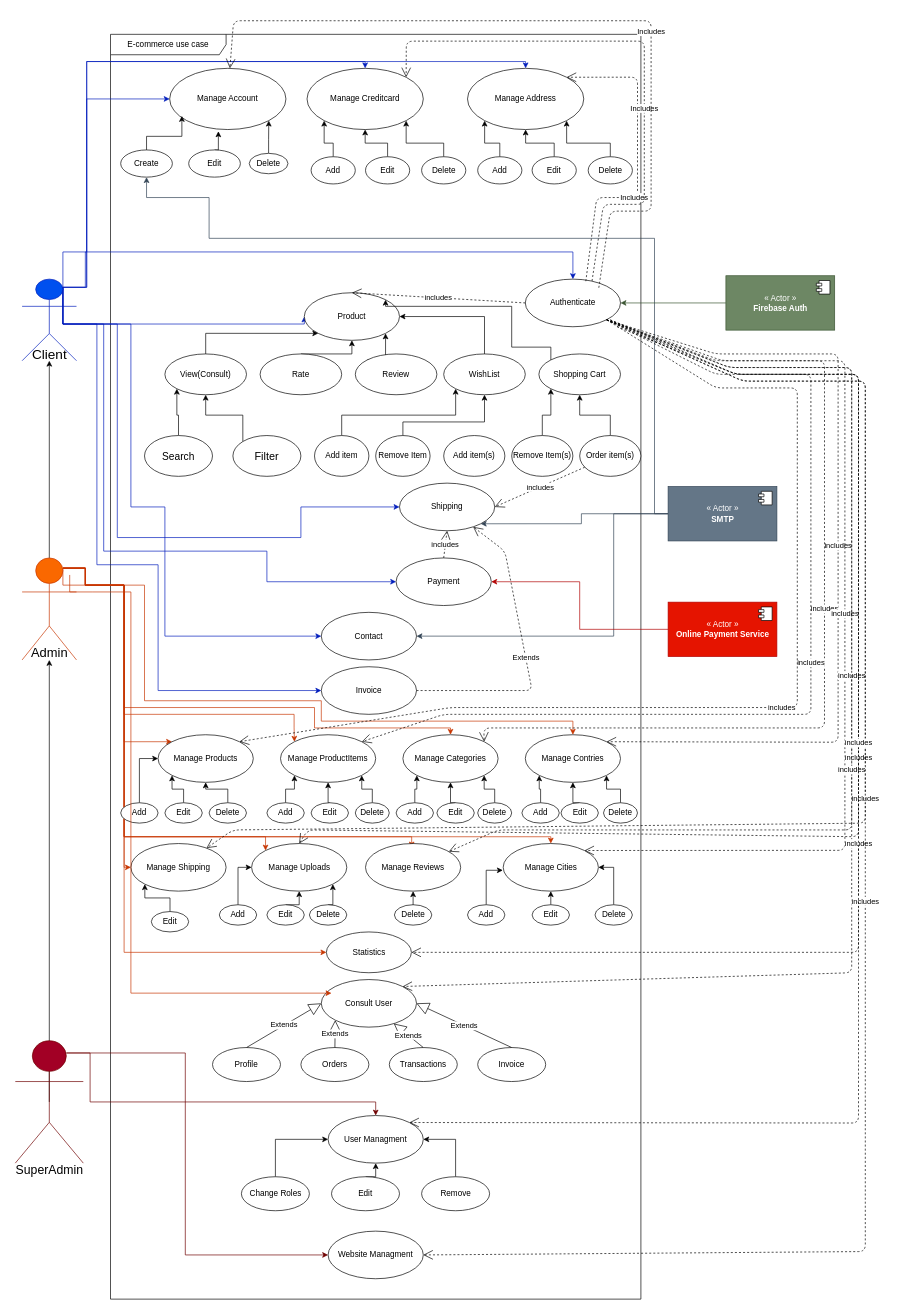
This is page "Use case" (2 of 4) of Class Diagram.drawio from Psycomentis06/AZIT-e-commerce-API-doc, a draw.io file, before an edit. Source tidied: cells renumbered, new cells numbered last; positions are measured from the earlier drawing's top-left corner, leaving out a move shared by most shapes. Both pictures are drawn from the tidied source at 68%, with x=0, y=0 at pixel (12, 20).
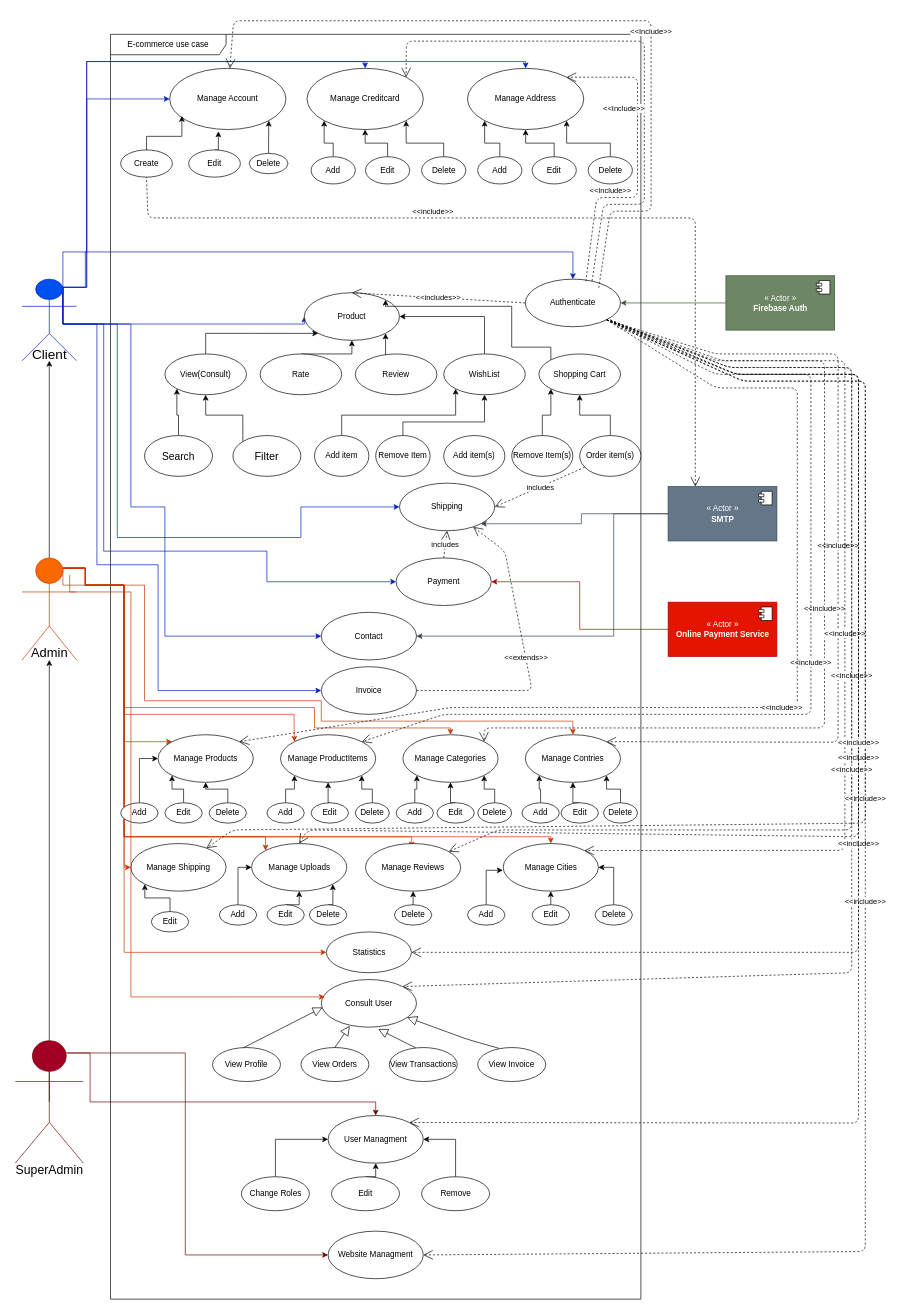
The same page after the edit.

The change refers to these unchanged cells:
```xml
<mxCell id="24" value="Product" style="ellipse;whiteSpace=wrap;html=1;" parent="1" vertex="1">
  <mxGeometry x="430" y="400" width="140" height="70" as="geometry" />
</mxCell>
<mxCell id="25" value="Authenticate" style="ellipse;whiteSpace=wrap;html=1;" parent="1" vertex="1">
  <mxGeometry x="755" y="380" width="140" height="70" as="geometry" />
</mxCell>
<mxCell id="50" value="Shipping" style="ellipse;whiteSpace=wrap;html=1;" parent="1" vertex="1">
  <mxGeometry x="570" y="680" width="140" height="70" as="geometry" />
</mxCell>
<mxCell id="60" value="« Actor »&lt;br&gt;&lt;b&gt;SMTP&lt;/b&gt;" style="html=1;fillColor=#647687;strokeColor=#314354;fontColor=#ffffff;" parent="1" vertex="1">
  <mxGeometry x="965" y="685" width="160" height="80" as="geometry" />
</mxCell>
<mxCell id="70" value="Invoice" style="ellipse;whiteSpace=wrap;html=1;" parent="1" vertex="1">
  <mxGeometry x="455" y="950" width="140" height="70" as="geometry" />
</mxCell>
<mxCell id="72" value="Manage ProductItems" style="ellipse;whiteSpace=wrap;html=1;" parent="1" vertex="1">
  <mxGeometry x="395" y="1050" width="140" height="70" as="geometry" />
</mxCell>
<mxCell id="73" value="Manage Products" style="ellipse;whiteSpace=wrap;html=1;" parent="1" vertex="1">
  <mxGeometry x="215" y="1050" width="140" height="70" as="geometry" />
</mxCell>
<mxCell id="74" value="Manage Categories" style="ellipse;whiteSpace=wrap;html=1;" parent="1" vertex="1">
  <mxGeometry x="575" y="1050" width="140" height="70" as="geometry" />
</mxCell>
<mxCell id="75" value="Manage Contries" style="ellipse;whiteSpace=wrap;html=1;" parent="1" vertex="1">
  <mxGeometry x="755" y="1050" width="140" height="70" as="geometry" />
</mxCell>
<mxCell id="76" value="Manage Cities" style="ellipse;whiteSpace=wrap;html=1;" parent="1" vertex="1">
  <mxGeometry x="722.5" y="1210" width="140" height="70" as="geometry" />
</mxCell>
<mxCell id="77" value="Manage Reviews" style="ellipse;whiteSpace=wrap;html=1;" parent="1" vertex="1">
  <mxGeometry x="520" y="1210" width="140" height="70" as="geometry" />
</mxCell>
<mxCell id="78" value="Manage Uploads" style="ellipse;whiteSpace=wrap;html=1;" parent="1" vertex="1">
  <mxGeometry x="352.5" y="1210" width="140" height="70" as="geometry" />
</mxCell>
<mxCell id="79" value="Manage Shipping" style="ellipse;whiteSpace=wrap;html=1;" parent="1" vertex="1">
  <mxGeometry x="175" y="1210" width="140" height="70" as="geometry" />
</mxCell>
<mxCell id="120" value="Consult User" style="ellipse;whiteSpace=wrap;html=1;" parent="1" vertex="1">
  <mxGeometry x="455" y="1410" width="140" height="70" as="geometry" />
</mxCell>
<mxCell id="141" value="User Managment" style="ellipse;whiteSpace=wrap;html=1;" parent="1" vertex="1">
  <mxGeometry x="465" y="1610" width="140" height="70" as="geometry" />
</mxCell>
<mxCell id="142" value="Website Managment" style="ellipse;whiteSpace=wrap;html=1;" parent="1" vertex="1">
  <mxGeometry x="465" y="1780" width="140" height="70" as="geometry" />
</mxCell>
<mxCell id="151" value="Manage Account" style="ellipse;whiteSpace=wrap;html=1;" parent="1" vertex="1">
  <mxGeometry x="232" y="70" width="171" height="90" as="geometry" />
</mxCell>
<mxCell id="152" value="Manage Creditcard" style="ellipse;whiteSpace=wrap;html=1;" parent="1" vertex="1">
  <mxGeometry x="434" y="70" width="171" height="90" as="geometry" />
</mxCell>
<mxCell id="153" value="Manage Address" style="ellipse;whiteSpace=wrap;html=1;" parent="1" vertex="1">
  <mxGeometry x="670" y="70" width="171" height="90" as="geometry" />
</mxCell>
<mxCell id="155" value="Create" style="ellipse;whiteSpace=wrap;html=1;" parent="1" vertex="1">
  <mxGeometry x="160" y="190" width="76" height="40" as="geometry" />
</mxCell>
<mxCell id="173" value="Statistics" style="ellipse;whiteSpace=wrap;html=1;" parent="1" vertex="1">
  <mxGeometry x="462.5" y="1340" width="125" height="60" as="geometry" />
</mxCell>
```

The edit, as a diff of the source:
```diff
@@
-    <mxCell id="51" value="includes" style="endArrow=open;endSize=12;dashed=1;html=1;exitX=0;exitY=0.5;exitDx=0;exitDy=0;entryX=0.5;entryY=0;entryDx=0;entryDy=0;" parent="1" edge="1" source="25" target="24">
+    <mxCell id="51" value="&amp;lt;&amp;lt;includes&amp;gt;&amp;gt;" style="endArrow=open;endSize=12;dashed=1;html=1;exitX=0;exitY=0.5;exitDx=0;exitDy=0;entryX=0.5;entryY=0;entryDx=0;entryDy=0;" parent="1" edge="1" source="25" target="24">
       <mxGeometry relative="1" as="geometry" />
     </mxCell>
@@
-    <mxCell id="59" style="edgeStyle=orthogonalEdgeStyle;rounded=0;jettySize=auto;html=1;exitX=0;exitY=0.5;exitDx=0;exitDy=0;entryX=0.5;entryY=1;entryDx=0;entryDy=0;fillColor=#647687;strokeColor=#314354;" parent="1" edge="1" source="60" target="155">
-      <mxGeometry relative="1" as="geometry">
-        <Array as="points">
-          <mxPoint x="945" y="725" />
-          <mxPoint x="945" y="320" />
-          <mxPoint x="290" y="320" />
-          <mxPoint x="290" y="260" />
-          <mxPoint x="198" y="260" />
-        </Array>
-      </mxGeometry>
-    </mxCell>
@@
-    <mxCell id="71" value="Extends" style="endArrow=open;endSize=12;dashed=1;html=1;exitX=1;exitY=0.5;exitDx=0;exitDy=0;" parent="1" edge="1" source="70" target="50">
+    <mxCell id="71" value="&amp;lt;&amp;lt;extends&amp;gt;&amp;gt;" style="endArrow=open;endSize=12;dashed=1;html=1;exitX=1;exitY=0.5;exitDx=0;exitDy=0;" parent="1" edge="1" source="70" target="50">
       <mxGeometry relative="1" as="geometry">
         <Array as="points">
           <mxPoint x="765" y="985" />
           <mxPoint x="725" y="780" />
         </Array>
       </mxGeometry>
     </mxCell>
@@
-    <mxCell id="121" value="Profile" style="ellipse;whiteSpace=wrap;html=1;" parent="1" vertex="1">
+    <mxCell id="121" value="View Profile" style="ellipse;whiteSpace=wrap;html=1;" parent="1" vertex="1">
       <mxGeometry x="295" y="1510" width="100" height="50" as="geometry" />
     </mxCell>
-    <mxCell id="122" value="Orders" style="ellipse;whiteSpace=wrap;html=1;" parent="1" vertex="1">
+    <mxCell id="122" value="View Orders" style="ellipse;whiteSpace=wrap;html=1;" parent="1" vertex="1">
       <mxGeometry x="425" y="1510" width="100" height="50" as="geometry" />
     </mxCell>
-    <mxCell id="123" value="Transactions" style="ellipse;whiteSpace=wrap;html=1;" parent="1" vertex="1">
+    <mxCell id="123" value="View Transactions" style="ellipse;whiteSpace=wrap;html=1;" parent="1" vertex="1">
       <mxGeometry x="555" y="1510" width="100" height="50" as="geometry" />
     </mxCell>
-    <mxCell id="124" value="Invoice" style="ellipse;whiteSpace=wrap;html=1;" parent="1" vertex="1">
+    <mxCell id="124" value="View Invoice" style="ellipse;whiteSpace=wrap;html=1;" parent="1" vertex="1">
       <mxGeometry x="685" y="1510" width="100" height="50" as="geometry" />
     </mxCell>
-    <mxCell id="125" value="Extends" style="endArrow=block;endSize=16;endFill=0;html=1;exitX=0.5;exitY=0;exitDx=0;exitDy=0;entryX=0;entryY=0.5;entryDx=0;entryDy=0;" parent="1" edge="1" source="121" target="120">
-      <mxGeometry relative="1" as="geometry" />
-    </mxCell>
-    <mxCell id="126" value="Extends" style="endArrow=block;endSize=16;endFill=0;html=1;exitX=0.5;exitY=0;exitDx=0;exitDy=0;entryX=0;entryY=1;entryDx=0;entryDy=0;" parent="1" edge="1" source="122" target="120">
-      <mxGeometry relative="1" as="geometry" />
-    </mxCell>
-    <mxCell id="127" value="Extends" style="endArrow=block;endSize=16;endFill=0;html=1;exitX=0.5;exitY=0;exitDx=0;exitDy=0;" parent="1" edge="1" source="123" target="120">
-      <mxGeometry relative="1" as="geometry" />
-    </mxCell>
-    <mxCell id="128" value="Extends" style="endArrow=block;endSize=16;endFill=0;html=1;exitX=0.5;exitY=0;exitDx=0;exitDy=0;entryX=1;entryY=0.5;entryDx=0;entryDy=0;" parent="1" edge="1" source="124" target="120">
-      <mxGeometry relative="1" as="geometry" />
-    </mxCell>
-    <mxCell id="129" value="includes" style="endArrow=open;endSize=12;dashed=1;html=1;exitX=1;exitY=1;exitDx=0;exitDy=0;entryX=1;entryY=0;entryDx=0;entryDy=0;" parent="1" edge="1" source="25" target="75">
+    <mxCell id="129" value="&amp;lt;&amp;lt;include&amp;gt;&amp;gt;" style="endArrow=open;endSize=12;dashed=1;html=1;exitX=1;exitY=1;exitDx=0;exitDy=0;entryX=1;entryY=0;entryDx=0;entryDy=0;" parent="1" edge="1" source="25" target="75">
       <mxGeometry relative="1" as="geometry">
         <Array as="points">
           <mxPoint x="1035" y="490" />
           <mxPoint x="1215" y="490" />
           <mxPoint x="1215" y="1061" />
         </Array>
       </mxGeometry>
     </mxCell>
-    <mxCell id="130" value="includes" style="endArrow=open;endSize=12;dashed=1;html=1;exitX=1;exitY=1;exitDx=0;exitDy=0;entryX=1;entryY=0;entryDx=0;entryDy=0;" parent="1" edge="1" source="25" target="74">
+    <mxCell id="130" value="&amp;lt;&amp;lt;include&amp;gt;&amp;gt;" style="endArrow=open;endSize=12;dashed=1;html=1;exitX=1;exitY=1;exitDx=0;exitDy=0;entryX=1;entryY=0;entryDx=0;entryDy=0;" parent="1" edge="1" source="25" target="74">
       <mxGeometry relative="1" as="geometry">
         <Array as="points">
           <mxPoint x="1035" y="500" />
           <mxPoint x="1195" y="500" />
           <mxPoint x="1195" y="700" />
           <mxPoint x="1195" y="1040" />
           <mxPoint x="694" y="1040" />
         </Array>
       </mxGeometry>
     </mxCell>
-    <mxCell id="131" value="includes" style="endArrow=open;endSize=12;dashed=1;html=1;exitX=1;exitY=1;exitDx=0;exitDy=0;entryX=1;entryY=0;entryDx=0;entryDy=0;" parent="1" edge="1" source="25" target="72">
+    <mxCell id="131" value="&amp;lt;&amp;lt;include&amp;gt;&amp;gt;" style="endArrow=open;endSize=12;dashed=1;html=1;exitX=1;exitY=1;exitDx=0;exitDy=0;entryX=1;entryY=0;entryDx=0;entryDy=0;" parent="1" edge="1" source="25" target="72">
       <mxGeometry relative="1" as="geometry">
         <Array as="points">
           <mxPoint x="1035" y="520" />
           <mxPoint x="1175" y="520" />
           <mxPoint x="1175" y="1020" />
           <mxPoint x="635" y="1020" />
         </Array>
       </mxGeometry>
     </mxCell>
-    <mxCell id="132" value="includes" style="endArrow=open;endSize=12;dashed=1;html=1;exitX=1;exitY=1;exitDx=0;exitDy=0;entryX=1;entryY=0;entryDx=0;entryDy=0;" parent="1" edge="1" source="25" target="73">
+    <mxCell id="132" value="&amp;lt;&amp;lt;include&amp;gt;&amp;gt;" style="endArrow=open;endSize=12;dashed=1;html=1;exitX=1;exitY=1;exitDx=0;exitDy=0;entryX=1;entryY=0;entryDx=0;entryDy=0;" parent="1" edge="1" source="25" target="73">
       <mxGeometry relative="1" as="geometry">
         <Array as="points">
           <mxPoint x="1035" y="540" />
           <mxPoint x="1155" y="540" />
           <mxPoint x="1155" y="1010" />
           <mxPoint x="645" y="1010" />
         </Array>
       </mxGeometry>
     </mxCell>
-    <mxCell id="133" value="includes" style="endArrow=open;endSize=12;dashed=1;html=1;exitX=1;exitY=0;exitDx=0;exitDy=0;entryX=1;entryY=0;entryDx=0;entryDy=0;" parent="1" edge="1" target="76">
-      <mxGeometry relative="1" as="geometry">
+    <mxCell id="133" value="&amp;lt;&amp;lt;include&amp;gt;&amp;gt;" style="endArrow=open;endSize=12;dashed=1;html=1;exitX=1;exitY=0;exitDx=0;exitDy=0;entryX=1;entryY=0;entryDx=0;entryDy=0;" parent="1" edge="1" target="76">
+      <mxGeometry x="0.04" relative="1" as="geometry">
         <mxPoint x="875" y="440" as="sourcePoint" />
         <Array as="points">
           <mxPoint x="1045" y="500" />
           <mxPoint x="1225" y="500" />
           <mxPoint x="1225" y="1220" />
         </Array>
       </mxGeometry>
     </mxCell>
-    <mxCell id="134" value="includes" style="endArrow=open;endSize=12;dashed=1;html=1;" parent="1" edge="1" target="77">
+    <mxCell id="134" value="&amp;lt;&amp;lt;include&amp;gt;&amp;gt;" style="endArrow=open;endSize=12;dashed=1;html=1;" parent="1" edge="1" target="77">
       <mxGeometry relative="1" as="geometry">
         <mxPoint x="875" y="440" as="sourcePoint" />
         <Array as="points">
           <mxPoint x="1055" y="510" />
           <mxPoint x="1235" y="510" />
           <mxPoint x="1235" y="1190" />
           <mxPoint x="715" y="1190" />
         </Array>
       </mxGeometry>
     </mxCell>
-    <mxCell id="135" value="includes" style="endArrow=open;endSize=12;dashed=1;html=1;exitX=0.5;exitY=0;exitDx=0;exitDy=0;entryX=0.5;entryY=0;entryDx=0;entryDy=0;" parent="1" edge="1" target="78">
+    <mxCell id="135" value="&amp;lt;&amp;lt;include&amp;gt;&amp;gt;" style="endArrow=open;endSize=12;dashed=1;html=1;exitX=0.5;exitY=0;exitDx=0;exitDy=0;entryX=0.5;entryY=0;entryDx=0;entryDy=0;" parent="1" edge="1" target="78">
       <mxGeometry relative="1" as="geometry">
         <mxPoint x="875" y="440" as="sourcePoint" />
         <Array as="points">
           <mxPoint x="1065" y="520" />
           <mxPoint x="1245" y="520" />
           <mxPoint x="1245" y="1200" />
           <mxPoint x="435" y="1190" />
         </Array>
       </mxGeometry>
     </mxCell>
-    <mxCell id="136" value="includes" style="endArrow=open;endSize=12;dashed=1;html=1;" parent="1" edge="1" target="79">
+    <mxCell id="136" value="&amp;lt;&amp;lt;include&amp;gt;&amp;gt;" style="endArrow=open;endSize=12;dashed=1;html=1;" parent="1" edge="1" target="79">
       <mxGeometry relative="1" as="geometry">
         <mxPoint x="875" y="440" as="sourcePoint" />
         <Array as="points">
           <mxPoint x="1075" y="530" />
           <mxPoint x="1255" y="530" />
           <mxPoint x="1255" y="1180" />
           <mxPoint x="325" y="1190" />
         </Array>
       </mxGeometry>
     </mxCell>
-    <mxCell id="137" value="includes" style="endArrow=open;endSize=12;dashed=1;html=1;entryX=1;entryY=0;entryDx=0;entryDy=0;" parent="1" edge="1" target="120">
+    <mxCell id="137" value="&amp;lt;&amp;lt;include&amp;gt;&amp;gt;" style="endArrow=open;endSize=12;dashed=1;html=1;entryX=1;entryY=0;entryDx=0;entryDy=0;" parent="1" edge="1" target="120">
       <mxGeometry relative="1" as="geometry">
         <mxPoint x="880" y="440" as="sourcePoint" />
         <Array as="points">
           <mxPoint x="1055" y="510" />
           <mxPoint x="1235" y="510" />
           <mxPoint x="1235" y="1400" />
         </Array>
       </mxGeometry>
     </mxCell>
@@
-    <mxCell id="149" value="includes" style="endArrow=open;endSize=12;dashed=1;html=1;entryX=1;entryY=0;entryDx=0;entryDy=0;" parent="1" edge="1" target="141">
+    <mxCell id="149" value="&amp;lt;&amp;lt;include&amp;gt;&amp;gt;" style="endArrow=open;endSize=12;dashed=1;html=1;entryX=1;entryY=0;entryDx=0;entryDy=0;" parent="1" edge="1" target="141">
       <mxGeometry relative="1" as="geometry">
         <mxPoint x="880" y="440" as="sourcePoint" />
         <Array as="points">
           <mxPoint x="1065" y="520" />
           <mxPoint x="1245" y="520" />
           <mxPoint x="1245" y="1621" />
         </Array>
       </mxGeometry>
     </mxCell>
-    <mxCell id="150" value="includes" style="endArrow=open;endSize=12;dashed=1;html=1;exitX=1;exitY=1;exitDx=0;exitDy=0;entryX=1;entryY=0.5;entryDx=0;entryDy=0;" parent="1" edge="1" source="25" target="142">
+    <mxCell id="150" value="&amp;lt;&amp;lt;include&amp;gt;&amp;gt;" style="endArrow=open;endSize=12;dashed=1;html=1;exitX=1;exitY=1;exitDx=0;exitDy=0;entryX=1;entryY=0.5;entryDx=0;entryDy=0;" parent="1" edge="1" source="25" target="142">
       <mxGeometry relative="1" as="geometry">
         <Array as="points">
           <mxPoint x="1075" y="530" />
           <mxPoint x="1255" y="530" />
           <mxPoint x="1255" y="1810" />
         </Array>
       </mxGeometry>
     </mxCell>
@@
-    <mxCell id="170" value="Includes" style="endArrow=open;endSize=12;dashed=1;html=1;entryX=1;entryY=0;entryDx=0;entryDy=0;" parent="1" edge="1" target="153">
-      <mxGeometry x="-0.23" relative="1" as="geometry">
+    <mxCell id="170" value="&amp;lt;&amp;lt;Include&amp;gt;&amp;gt;" style="endArrow=open;endSize=12;dashed=1;html=1;entryX=1;entryY=0;entryDx=0;entryDy=0;" parent="1" edge="1" target="153">
+      <mxGeometry x="-0.38" y="10" relative="1" as="geometry">
         <mxPoint x="844" y="383" as="sourcePoint" />
         <Array as="points">
           <mxPoint x="860" y="260" />
           <mxPoint x="920" y="260" />
           <mxPoint x="920" y="83" />
         </Array>
       </mxGeometry>
     </mxCell>
-    <mxCell id="171" value="Includes" style="endArrow=open;endSize=12;dashed=1;html=1;entryX=1;entryY=0;entryDx=0;entryDy=0;exitX=0.701;exitY=0.039;exitDx=0;exitDy=0;exitPerimeter=0;" parent="1" edge="1" source="25" target="152">
-      <mxGeometry x="-0.23" relative="1" as="geometry">
+    <mxCell id="171" value="&amp;lt;&amp;lt;Include&amp;gt;&amp;gt;" style="endArrow=open;endSize=12;dashed=1;html=1;entryX=1;entryY=0;entryDx=0;entryDy=0;exitX=0.701;exitY=0.039;exitDx=0;exitDy=0;exitPerimeter=0;" parent="1" edge="1" source="25" target="152">
+      <mxGeometry x="-0.23" y="30" relative="1" as="geometry">
         <Array as="points">
           <mxPoint x="870" y="270" />
           <mxPoint x="930" y="270" />
           <mxPoint x="930" y="30" />
           <mxPoint x="580" y="30" />
         </Array>
       </mxGeometry>
     </mxCell>
-    <mxCell id="172" value="Includes" style="endArrow=open;endSize=12;dashed=1;html=1;exitX=0.701;exitY=0.039;exitDx=0;exitDy=0;exitPerimeter=0;" parent="1" edge="1" target="151">
+    <mxCell id="172" value="&amp;lt;&amp;lt;Include&amp;gt;&amp;gt;" style="endArrow=open;endSize=12;dashed=1;html=1;exitX=0.701;exitY=0.039;exitDx=0;exitDy=0;exitPerimeter=0;" parent="1" edge="1" target="151">
       <mxGeometry x="-0.23" relative="1" as="geometry">
         <mxPoint x="863.1" y="392.7" as="sourcePoint" />
         <Array as="points">
           <mxPoint x="880" y="280" />
           <mxPoint x="940" y="280" />
           <mxPoint x="940" />
           <mxPoint x="326" />
         </Array>
       </mxGeometry>
     </mxCell>
@@
-    <mxCell id="174" style="edgeStyle=orthogonalEdgeStyle;rounded=0;orthogonalLoop=1;jettySize=auto;html=1;exitX=0.75;exitY=0.1;exitDx=0;exitDy=0;exitPerimeter=0;fillColor=#fa6800;strokeColor=#C73500;" parent="1" edge="1">
+    <mxCell id="174" style="edgeStyle=orthogonalEdgeStyle;rounded=0;jettySize=auto;html=1;exitX=0.75;exitY=0.1;exitDx=0;exitDy=0;exitPerimeter=0;fillColor=#fa6800;strokeColor=#C73500;entryX=0.037;entryY=0.365;entryDx=0;entryDy=0;entryPerimeter=0;" parent="1" edge="1" target="120">
       <mxGeometry relative="1" as="geometry">
         <mxPoint x="85" y="815" as="sourcePoint" />
-        <mxPoint x="470" y="1430" as="targetPoint" />
         <Array as="points">
-          <mxPoint x="118" y="840" />
+          <mxPoint x="85" y="840" />
           <mxPoint x="175" y="840" />
-          <mxPoint x="175" y="1410" />
+          <mxPoint x="175" y="1436" />
         </Array>
       </mxGeometry>
     </mxCell>
-    <mxCell id="175" value="includes" style="endArrow=open;endSize=12;dashed=1;html=1;entryX=1;entryY=0.5;entryDx=0;entryDy=0;" parent="1" edge="1" target="173">
+    <mxCell id="175" value="&amp;lt;&amp;lt;include&amp;gt;&amp;gt;" style="endArrow=open;endSize=12;dashed=1;html=1;entryX=1;entryY=0.5;entryDx=0;entryDy=0;" parent="1" edge="1" target="173">
       <mxGeometry x="-0.03" relative="1" as="geometry">
         <mxPoint x="890" y="450" as="sourcePoint" />
         <Array as="points">
           <mxPoint x="1065" y="520" />
           <mxPoint x="1245" y="520" />
           <mxPoint x="1245" y="1370" />
         </Array>
       </mxGeometry>
     </mxCell>
@@
+    <mxCell id="59" value="&amp;lt;&amp;lt;include&amp;gt;&amp;gt;" style="edgeStyle=none;html=1;startArrow=open;endArrow=none;startSize=12;verticalAlign=bottom;dashed=1;labelBackgroundColor=none;entryX=0.5;entryY=1;entryDx=0;entryDy=0;exitX=0.25;exitY=0;exitDx=0;exitDy=0;" parent="1" edge="1" source="60" target="155">
+      <mxGeometry x="0.24" relative="1" as="geometry">
+        <Array as="points">
+          <mxPoint x="1005" y="290" />
+          <mxPoint x="200" y="290" />
+        </Array>
+      </mxGeometry>
+    </mxCell>
+    <mxCell id="178" style="edgeStyle=none;html=1;endArrow=block;endFill=0;endSize=12;verticalAlign=bottom;entryX=0.013;entryY=0.587;entryDx=0;entryDy=0;entryPerimeter=0;" parent="1" edge="1" target="120">
+      <mxGeometry relative="1" as="geometry">
+        <mxPoint x="341" y="1510" as="sourcePoint" />
+      </mxGeometry>
+    </mxCell>
+    <mxCell id="126" style="edgeStyle=none;html=1;endArrow=block;endFill=0;endSize=12;verticalAlign=bottom;entryX=0.299;entryY=0.971;entryDx=0;entryDy=0;entryPerimeter=0;exitX=0.5;exitY=0;exitDx=0;exitDy=0;" parent="1" edge="1" source="122" target="120">
+      <mxGeometry relative="1" as="geometry" />
+    </mxCell>
+    <mxCell id="127" style="edgeStyle=none;html=1;endArrow=block;endFill=0;endSize=12;verticalAlign=bottom;entryX=0.598;entryY=1.04;entryDx=0;entryDy=0;entryPerimeter=0;exitX=0.387;exitY=0.007;exitDx=0;exitDy=0;exitPerimeter=0;" parent="1" edge="1" source="123" target="120">
+      <mxGeometry relative="1" as="geometry" />
+    </mxCell>
+    <mxCell id="128" style="edgeStyle=none;html=1;endArrow=block;endFill=0;endSize=12;verticalAlign=bottom;exitX=0.312;exitY=0.023;exitDx=0;exitDy=0;exitPerimeter=0;" parent="1" edge="1" source="124" target="120">
+      <mxGeometry relative="1" as="geometry">
+        <Array as="points">
+          <mxPoint x="670" y="1498" />
+        </Array>
+      </mxGeometry>
+    </mxCell>
```
